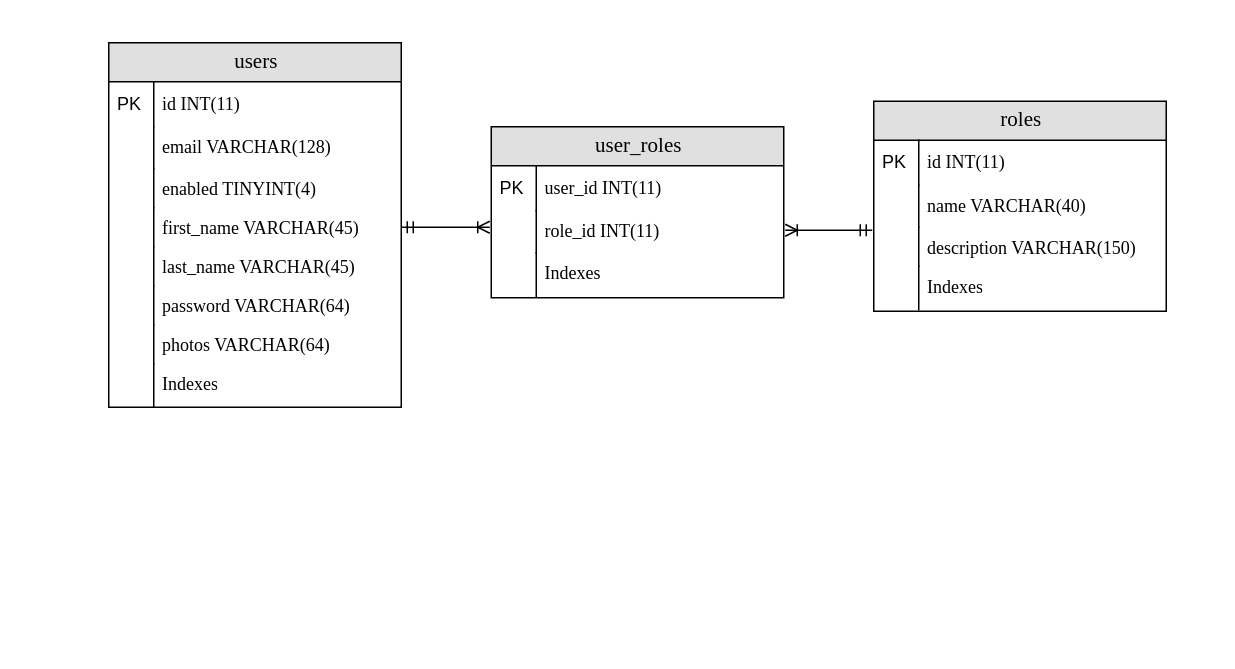
Above: page "Admin-ER-01" (2 of 2) of 03-Solution Design/03-User Interface/ER Diagram.drawio in Chufeng-Jiang/Java_SpringBoot_DubaiShop_E-Commerce (draw.io), before the change. Source tidied: cells renumbered, new cells numbered last; positions are measured from the earlier drawing's top-left corner, leaving out a move shared by most shapes. Both pictures are drawn from the tidied source at 150%, with x=0, y=0 at pixel (108, 42).
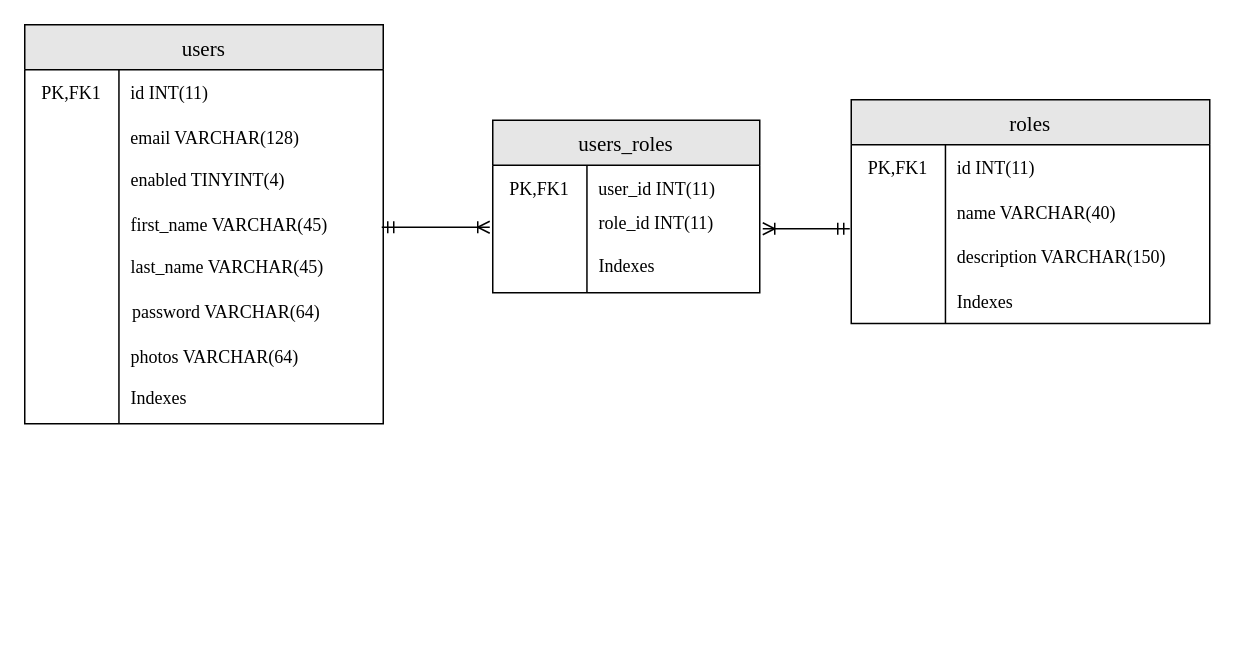
Above is the later version.

Commit message (it also covers changes not shown here):
Add Class diagram Admin User module

Diff of the diagram source:
```diff
@@
-    <mxCell id="2" value="users" style="swimlane;html=1;fontStyle=0;horizontal=1;startSize=26;fillColor=#e0e0e0;swimlaneFillColor=#ffffff;align=center;rounded=0;shadow=0;comic=0;labelBackgroundColor=none;strokeWidth=1;fontFamily=Times New Roman;fontSize=14;" parent="1" vertex="1">
-      <mxGeometry width="195" height="243" as="geometry" />
-    </mxCell>
-    <mxCell id="3" value="id INT(11) " style="shape=partialRectangle;top=0;left=0;right=0;bottom=1;html=1;align=left;verticalAlign=middle;fillColor=none;spacingLeft=34;spacingRight=4;overflow=hidden;fontStyle=0;whiteSpace=wrap;strokeColor=none;fontFamily=Times New Roman;" parent="2" vertex="1">
-      <mxGeometry y="26" width="195" height="30" as="geometry" />
-    </mxCell>
-    <mxCell id="4" value="PK" style="shape=partialRectangle;top=0;left=0;bottom=0;html=1;fillColor=none;align=left;verticalAlign=middle;spacingLeft=4;spacingRight=4;whiteSpace=wrap;overflow=hidden;" parent="3" vertex="1">
-      <mxGeometry width="30" height="30" as="geometry" />
-    </mxCell>
-    <mxCell id="5" value="email VARCHAR(128)" style="shape=partialRectangle;top=0;left=0;right=0;bottom=0;html=1;align=left;verticalAlign=top;fillColor=none;spacingLeft=34;spacingRight=4;whiteSpace=wrap;overflow=hidden;fontFamily=Times New Roman;" parent="2" vertex="1">
-      <mxGeometry y="56" width="195" height="28" as="geometry" />
-    </mxCell>
-    <mxCell id="6" style="shape=partialRectangle;top=0;left=0;bottom=0;html=1;fillColor=none;align=left;verticalAlign=top;spacingLeft=4;spacingRight=4;whiteSpace=wrap;overflow=hidden;" parent="5" vertex="1">
-      <mxGeometry width="30" height="28" as="geometry" />
-    </mxCell>
-    <mxCell id="7" value="enabled TINYINT(4)" style="shape=partialRectangle;top=0;left=0;right=0;bottom=0;html=1;align=left;verticalAlign=top;fillColor=none;spacingLeft=34;spacingRight=4;whiteSpace=wrap;overflow=hidden;fontFamily=Times New Roman;" parent="2" vertex="1">
-      <mxGeometry y="84" width="195" height="26" as="geometry" />
-    </mxCell>
-    <mxCell id="8" style="shape=partialRectangle;top=0;left=0;bottom=0;html=1;fillColor=none;align=left;verticalAlign=top;spacingLeft=4;spacingRight=4;whiteSpace=wrap;overflow=hidden;" parent="7" vertex="1">
-      <mxGeometry width="30" height="26" as="geometry" />
-    </mxCell>
-    <mxCell id="9" value="first_name VARCHAR(45)" style="shape=partialRectangle;top=0;left=0;right=0;bottom=0;html=1;align=left;verticalAlign=top;fillColor=none;spacingLeft=34;spacingRight=4;whiteSpace=wrap;overflow=hidden;points=[[0,0.5],[1,0.5]];portConstraint=eastwest;fontFamily=Times New Roman;" parent="2" vertex="1">
-      <mxGeometry y="110" width="195" height="26" as="geometry" />
-    </mxCell>
-    <mxCell id="10" style="shape=partialRectangle;top=0;left=0;bottom=0;html=1;fillColor=none;align=left;verticalAlign=top;spacingLeft=4;spacingRight=4;whiteSpace=wrap;overflow=hidden;" parent="9" vertex="1">
-      <mxGeometry width="30" height="26" as="geometry" />
-    </mxCell>
-    <mxCell id="11" value="last_name VARCHAR(45)" style="shape=partialRectangle;top=0;left=0;right=0;bottom=0;html=1;align=left;verticalAlign=top;fillColor=none;spacingLeft=34;spacingRight=4;whiteSpace=wrap;overflow=hidden;fontFamily=Times New Roman;" parent="2" vertex="1">
-      <mxGeometry y="136" width="195" height="26" as="geometry" />
-    </mxCell>
-    <mxCell id="12" style="shape=partialRectangle;top=0;left=0;bottom=0;html=1;fillColor=none;align=left;verticalAlign=top;spacingLeft=4;spacingRight=4;whiteSpace=wrap;overflow=hidden;" parent="11" vertex="1">
-      <mxGeometry width="30" height="26" as="geometry" />
-    </mxCell>
-    <mxCell id="13" value="password VARCHAR(64)" style="shape=partialRectangle;top=0;left=0;right=0;bottom=0;html=1;align=left;verticalAlign=top;fillColor=none;spacingLeft=34;spacingRight=4;whiteSpace=wrap;overflow=hidden;fontFamily=Times New Roman;" parent="2" vertex="1">
-      <mxGeometry y="162" width="195" height="26" as="geometry" />
-    </mxCell>
-    <mxCell id="14" style="shape=partialRectangle;top=0;left=0;bottom=0;html=1;fillColor=none;align=left;verticalAlign=top;spacingLeft=4;spacingRight=4;whiteSpace=wrap;overflow=hidden;" parent="13" vertex="1">
-      <mxGeometry width="30" height="26" as="geometry" />
-    </mxCell>
-    <mxCell id="15" value="photos VARCHAR(64)" style="shape=partialRectangle;top=0;left=0;right=0;bottom=0;html=1;align=left;verticalAlign=top;fillColor=none;spacingLeft=34;spacingRight=4;whiteSpace=wrap;overflow=hidden;fontFamily=Times New Roman;" parent="2" vertex="1">
-      <mxGeometry y="188" width="195" height="26" as="geometry" />
-    </mxCell>
-    <mxCell id="16" style="shape=partialRectangle;top=0;left=0;bottom=0;html=1;fillColor=none;align=left;verticalAlign=top;spacingLeft=4;spacingRight=4;whiteSpace=wrap;overflow=hidden;" parent="15" vertex="1">
-      <mxGeometry width="30" height="26" as="geometry" />
-    </mxCell>
-    <mxCell id="17" value="Indexes" style="shape=partialRectangle;top=0;left=0;right=0;bottom=0;html=1;align=left;verticalAlign=top;fillColor=none;spacingLeft=34;spacingRight=4;whiteSpace=wrap;overflow=hidden;fontFamily=Times New Roman;labelBackgroundColor=none;" parent="2" vertex="1">
-      <mxGeometry y="214" width="195" height="29" as="geometry" />
-    </mxCell>
-    <mxCell id="18" style="shape=partialRectangle;top=0;left=0;bottom=0;html=1;fillColor=none;align=left;verticalAlign=top;spacingLeft=4;spacingRight=4;whiteSpace=wrap;overflow=hidden;" parent="17" vertex="1">
-      <mxGeometry width="30" height="29" as="geometry" />
-    </mxCell>
-    <mxCell id="19" value="user_roles" style="swimlane;html=1;fontStyle=0;horizontal=1;startSize=26;fillColor=#e0e0e0;swimlaneFillColor=#ffffff;align=center;rounded=0;shadow=0;comic=0;labelBackgroundColor=none;strokeWidth=1;fontFamily=Times New Roman;fontSize=14;" parent="1" vertex="1">
-      <mxGeometry x="255" y="56" width="195" height="114" as="geometry" />
-    </mxCell>
-    <mxCell id="20" value="user_id INT(11) " style="shape=partialRectangle;top=0;left=0;right=0;bottom=1;html=1;align=left;verticalAlign=middle;fillColor=none;spacingLeft=34;spacingRight=4;overflow=hidden;fontStyle=0;whiteSpace=wrap;strokeColor=none;fontFamily=Times New Roman;" parent="19" vertex="1">
-      <mxGeometry y="26" width="195" height="30" as="geometry" />
-    </mxCell>
-    <mxCell id="21" value="PK" style="shape=partialRectangle;top=0;left=0;bottom=0;html=1;fillColor=none;align=left;verticalAlign=middle;spacingLeft=4;spacingRight=4;whiteSpace=wrap;overflow=hidden;" parent="20" vertex="1">
-      <mxGeometry width="30" height="30" as="geometry" />
-    </mxCell>
-    <mxCell id="22" value="role_id INT(11) " style="shape=partialRectangle;top=0;left=0;right=0;bottom=0;html=1;align=left;verticalAlign=top;fillColor=none;spacingLeft=34;spacingRight=4;whiteSpace=wrap;overflow=hidden;fontFamily=Times New Roman;" parent="19" vertex="1">
-      <mxGeometry y="56" width="195" height="28" as="geometry" />
-    </mxCell>
-    <mxCell id="23" style="shape=partialRectangle;top=0;left=0;bottom=0;html=1;fillColor=none;align=left;verticalAlign=top;spacingLeft=4;spacingRight=4;whiteSpace=wrap;overflow=hidden;" parent="22" vertex="1">
-      <mxGeometry width="30" height="28" as="geometry" />
-    </mxCell>
-    <mxCell id="24" value="Indexes" style="shape=partialRectangle;top=0;left=0;right=0;bottom=0;html=1;align=left;verticalAlign=top;fillColor=none;spacingLeft=34;spacingRight=4;whiteSpace=wrap;overflow=hidden;fontFamily=Times New Roman;labelBackgroundColor=none;" parent="19" vertex="1">
-      <mxGeometry y="84" width="195" height="29" as="geometry" />
-    </mxCell>
-    <mxCell id="25" style="shape=partialRectangle;top=0;left=0;bottom=0;html=1;fillColor=none;align=left;verticalAlign=top;spacingLeft=4;spacingRight=4;whiteSpace=wrap;overflow=hidden;" parent="24" vertex="1">
-      <mxGeometry width="30" height="29" as="geometry" />
-    </mxCell>
-    <mxCell id="26" value="roles" style="swimlane;html=1;fontStyle=0;horizontal=1;startSize=26;fillColor=#e0e0e0;swimlaneFillColor=#ffffff;align=center;rounded=0;shadow=0;comic=0;labelBackgroundColor=none;strokeWidth=1;fontFamily=Times New Roman;fontSize=14;" parent="1" vertex="1">
-      <mxGeometry x="510" y="39" width="195" height="140" as="geometry" />
-    </mxCell>
-    <mxCell id="27" value="id INT(11) " style="shape=partialRectangle;top=0;left=0;right=0;bottom=1;html=1;align=left;verticalAlign=middle;fillColor=none;spacingLeft=34;spacingRight=4;overflow=hidden;fontStyle=0;whiteSpace=wrap;strokeColor=none;fontFamily=Times New Roman;" parent="26" vertex="1">
-      <mxGeometry y="26" width="195" height="30" as="geometry" />
-    </mxCell>
-    <mxCell id="28" value="PK" style="shape=partialRectangle;top=0;left=0;bottom=0;html=1;fillColor=none;align=left;verticalAlign=middle;spacingLeft=4;spacingRight=4;whiteSpace=wrap;overflow=hidden;" parent="27" vertex="1">
-      <mxGeometry width="30" height="30" as="geometry" />
-    </mxCell>
-    <mxCell id="29" value="name VARCHAR(40)" style="shape=partialRectangle;top=0;left=0;right=0;bottom=0;html=1;align=left;verticalAlign=top;fillColor=none;spacingLeft=34;spacingRight=4;whiteSpace=wrap;overflow=hidden;fontFamily=Times New Roman;" parent="26" vertex="1">
-      <mxGeometry y="56" width="195" height="28" as="geometry" />
-    </mxCell>
-    <mxCell id="30" style="shape=partialRectangle;top=0;left=0;bottom=0;html=1;fillColor=none;align=left;verticalAlign=top;spacingLeft=4;spacingRight=4;whiteSpace=wrap;overflow=hidden;" parent="29" vertex="1">
-      <mxGeometry width="30" height="28" as="geometry" />
-    </mxCell>
-    <mxCell id="31" value="description VARCHAR(150)" style="shape=partialRectangle;top=0;left=0;right=0;bottom=0;html=1;align=left;verticalAlign=top;fillColor=none;spacingLeft=34;spacingRight=4;whiteSpace=wrap;overflow=hidden;fontFamily=Times New Roman;" parent="26" vertex="1">
-      <mxGeometry y="84" width="195" height="26" as="geometry" />
-    </mxCell>
-    <mxCell id="32" style="shape=partialRectangle;top=0;left=0;bottom=0;html=1;fillColor=none;align=left;verticalAlign=top;spacingLeft=4;spacingRight=4;whiteSpace=wrap;overflow=hidden;" parent="31" vertex="1">
-      <mxGeometry width="30" height="26" as="geometry" />
-    </mxCell>
-    <mxCell id="33" value="Indexes" style="shape=partialRectangle;top=0;left=0;right=0;bottom=0;html=1;align=left;verticalAlign=top;fillColor=none;spacingLeft=34;spacingRight=4;whiteSpace=wrap;overflow=hidden;fontFamily=Times New Roman;labelBackgroundColor=none;" parent="26" vertex="1">
-      <mxGeometry y="110" width="195" height="29" as="geometry" />
-    </mxCell>
-    <mxCell id="34" style="shape=partialRectangle;top=0;left=0;bottom=0;html=1;fillColor=none;align=left;verticalAlign=top;spacingLeft=4;spacingRight=4;whiteSpace=wrap;overflow=hidden;" parent="33" vertex="1">
-      <mxGeometry width="30" height="29" as="geometry" />
-    </mxCell>
-    <mxCell id="35" style="edgeStyle=orthogonalEdgeStyle;html=1;endArrow=ERoneToMany;startArrow=ERmandOne;labelBackgroundColor=none;fontFamily=Verdana;fontSize=14;exitX=1;exitY=0.5;exitDx=0;exitDy=0;" parent="1" edge="1" source="9">
+    <mxCell id="35" style="edgeStyle=orthogonalEdgeStyle;html=1;endArrow=ERoneToMany;startArrow=ERmandOne;labelBackgroundColor=none;fontFamily=Verdana;fontSize=14;" parent="1" edge="1">
       <mxGeometry relative="1" as="geometry">
+        <mxPoint x="182" y="123" as="sourcePoint" />
         <mxPoint x="254" y="123" as="targetPoint" />
-        <Array as="points">
-          <mxPoint x="240" y="123" />
-          <mxPoint x="240" y="123" />
-        </Array>
       </mxGeometry>
     </mxCell>
     <mxCell id="36" style="edgeStyle=orthogonalEdgeStyle;html=1;endArrow=ERoneToMany;startArrow=ERmandOne;labelBackgroundColor=none;fontFamily=Verdana;fontSize=14;" parent="1" edge="1">
       <mxGeometry relative="1" as="geometry">
-        <mxPoint x="509" y="125" as="sourcePoint" />
-        <mxPoint x="451" y="125" as="targetPoint" />
+        <mxPoint x="494" y="124" as="sourcePoint" />
+        <mxPoint x="436" y="124" as="targetPoint" />
         <Array as="points">
-          <mxPoint x="459" y="125" />
-          <mxPoint x="459" y="125" />
+          <mxPoint x="444" y="124" />
+          <mxPoint x="444" y="124" />
         </Array>
       </mxGeometry>
     </mxCell>
+    <mxCell id="37" style="shape=tableRow;horizontal=0;startSize=0;swimlaneHead=0;swimlaneBody=0;fillColor=none;top=0;left=0;right=0;bottom=0;labelBackgroundColor=none;fontFamily=Times New Roman;" parent="1" vertex="1">
+      <mxGeometry x="5" y="368" width="239" height="30" as="geometry" />
+    </mxCell>
+    <mxCell id="38" style="shape=partialRectangle;fillColor=none;top=0;left=0;bottom=0;right=0;overflow=hidden;labelBackgroundColor=none;fontFamily=Times New Roman;" parent="37" vertex="1">
+      <mxGeometry x="-2" y="3" width="60" height="30" as="geometry" />
+    </mxCell>
+    <mxCell id="39" style="group;" parent="1" vertex="1">
+      <mxGeometry x="-56" y="-12" width="242" height="266" as="geometry" />
+    </mxCell>
+    <mxCell id="9" value="first_name VARCHAR(45)" style="shape=partialRectangle;fillColor=none;top=0;left=0;bottom=0;right=0;align=left;spacingLeft=6;overflow=hidden;labelBackgroundColor=none;fontFamily=Times New Roman;" parent="39" vertex="1">
+      <mxGeometry x="63" y="118" width="176" height="30" as="geometry" />
+    </mxCell>
+    <mxCell id="11" value="last_name VARCHAR(45)" style="shape=partialRectangle;fillColor=none;top=0;left=0;bottom=0;right=0;align=left;spacingLeft=6;overflow=hidden;labelBackgroundColor=none;fontFamily=Times New Roman;" parent="39" vertex="1">
+      <mxGeometry x="63" y="146" width="179" height="30" as="geometry" />
+    </mxCell>
+    <mxCell id="13" value="password VARCHAR(64)" style="shape=partialRectangle;fillColor=none;top=0;left=0;bottom=0;right=0;align=left;spacingLeft=6;overflow=hidden;labelBackgroundColor=none;fontFamily=Times New Roman;" parent="39" vertex="1">
+      <mxGeometry x="64" y="176" width="175" height="30" as="geometry" />
+    </mxCell>
+    <mxCell id="15" value="photos VARCHAR(64)" style="shape=partialRectangle;fillColor=none;top=0;left=0;bottom=0;right=0;align=left;spacingLeft=6;overflow=hidden;labelBackgroundColor=none;fontFamily=Times New Roman;" parent="39" vertex="1">
+      <mxGeometry x="63" y="206" width="175" height="30" as="geometry" />
+    </mxCell>
+    <mxCell id="40" value="Indexes" style="shape=partialRectangle;fillColor=none;top=0;left=0;bottom=0;right=0;align=left;spacingLeft=6;overflow=hidden;labelBackgroundColor=none;fontFamily=Times New Roman;" parent="39" vertex="1">
+      <mxGeometry x="63" y="233" width="175" height="30" as="geometry" />
+    </mxCell>
+    <mxCell id="41" style="group;" parent="39" vertex="1">
+      <mxGeometry width="239" height="266" as="geometry" />
+    </mxCell>
+    <mxCell id="2" value="users" style="shape=table;startSize=30;childLayout=tableLayout;rowLines=0;fontStyle=0;align=center;labelBackgroundColor=none;fontFamily=Times New Roman;fontSize=14;fillColor=#E6E6E6;" parent="41" vertex="1">
+      <mxGeometry width="239" height="266" as="geometry" />
+    </mxCell>
+    <mxCell id="42" style="shape=tableRow;horizontal=0;startSize=0;swimlaneHead=0;swimlaneBody=0;fillColor=none;top=0;left=0;right=0;bottom=0;labelBackgroundColor=none;fontFamily=Times New Roman;" parent="2" vertex="1">
+      <mxGeometry y="30" width="239" height="30" as="geometry" />
+    </mxCell>
+    <mxCell id="43" value="PK,FK1" style="shape=partialRectangle;fillColor=none;top=0;left=0;bottom=0;right=0;fontStyle=0;overflow=hidden;labelBackgroundColor=none;fontFamily=Times New Roman;" parent="42" vertex="1">
+      <mxGeometry width="62.8" height="30" as="geometry" />
+    </mxCell>
+    <mxCell id="44" value="id INT(11) " style="shape=partialRectangle;fillColor=none;top=0;left=0;bottom=0;right=0;align=left;spacingLeft=6;fontStyle=0;overflow=hidden;labelBackgroundColor=none;fontFamily=Times New Roman;" parent="42" vertex="1">
+      <mxGeometry x="62.8" width="176.2" height="30" as="geometry" />
+    </mxCell>
+    <mxCell id="45" style="shape=tableRow;horizontal=0;startSize=0;swimlaneHead=0;swimlaneBody=0;fillColor=none;top=0;left=0;right=0;bottom=0;labelBackgroundColor=none;fontFamily=Times New Roman;" parent="2" vertex="1">
+      <mxGeometry y="60" width="239" height="30" as="geometry" />
+    </mxCell>
+    <mxCell id="46" style="shape=partialRectangle;fillColor=none;top=0;left=0;bottom=0;right=0;overflow=hidden;labelBackgroundColor=none;fontFamily=Times New Roman;" parent="45" vertex="1">
+      <mxGeometry width="62.8" height="30" as="geometry" />
+    </mxCell>
+    <mxCell id="5" value="email VARCHAR(128)" style="shape=partialRectangle;fillColor=none;top=0;left=0;bottom=0;right=0;align=left;spacingLeft=6;overflow=hidden;labelBackgroundColor=none;fontFamily=Times New Roman;" parent="45" vertex="1">
+      <mxGeometry x="62.8" width="176.2" height="30" as="geometry" />
+    </mxCell>
+    <mxCell id="47" style="shape=tableRow;horizontal=0;startSize=0;swimlaneHead=0;swimlaneBody=0;fillColor=none;top=0;left=0;right=0;bottom=0;labelBackgroundColor=none;fontFamily=Times New Roman;" parent="2" vertex="1">
+      <mxGeometry y="90" width="239" height="176" as="geometry" />
+    </mxCell>
+    <mxCell id="48" style="shape=partialRectangle;fillColor=none;top=0;left=0;bottom=0;right=0;overflow=hidden;labelBackgroundColor=none;fontFamily=Times New Roman;" parent="47" vertex="1">
+      <mxGeometry width="62.8" height="176" as="geometry" />
+    </mxCell>
+    <mxCell id="49" style="shape=partialRectangle;fillColor=none;top=0;left=0;bottom=0;right=0;align=left;spacingLeft=6;overflow=hidden;labelBackgroundColor=none;fontFamily=Times New Roman;" parent="47" vertex="1">
+      <mxGeometry x="62.8" width="176.2" height="176" as="geometry" />
+    </mxCell>
+    <mxCell id="7" value="enabled TINYINT(4)" style="shape=partialRectangle;fillColor=none;top=0;left=0;bottom=0;right=0;align=left;spacingLeft=6;overflow=hidden;labelBackgroundColor=none;fontFamily=Times New Roman;" parent="41" vertex="1">
+      <mxGeometry x="63" y="88" width="175" height="30" as="geometry" />
+    </mxCell>
+    <mxCell id="50" style="group;" parent="1" vertex="1">
+      <mxGeometry x="256" y="51.7" width="178" height="114.7" as="geometry" />
+    </mxCell>
+    <mxCell id="51" value="users_roles" style="shape=table;startSize=30;childLayout=tableLayout;rowLines=0;fontStyle=0;align=center;labelBackgroundColor=none;fontFamily=Times New Roman;fontSize=14;fillColor=#E6E6E6;" parent="50" vertex="1">
+      <mxGeometry width="178" height="115" as="geometry" />
+    </mxCell>
+    <mxCell id="52" style="shape=tableRow;horizontal=0;startSize=0;swimlaneHead=0;swimlaneBody=0;fillColor=none;top=0;left=0;right=0;bottom=0;labelBackgroundColor=none;fontFamily=Times New Roman;" parent="51" vertex="1">
+      <mxGeometry y="30" width="178" height="30" as="geometry" />
+    </mxCell>
+    <mxCell id="53" value="PK,FK1" style="shape=partialRectangle;fillColor=none;top=0;left=0;bottom=0;right=0;fontStyle=0;overflow=hidden;labelBackgroundColor=none;fontFamily=Times New Roman;" parent="52" vertex="1">
+      <mxGeometry width="62.8" height="30" as="geometry" />
+    </mxCell>
+    <mxCell id="20" value="user_id INT(11) " style="shape=partialRectangle;fillColor=none;top=0;left=0;bottom=0;right=0;align=left;spacingLeft=6;fontStyle=0;overflow=hidden;labelBackgroundColor=none;fontFamily=Times New Roman;" parent="52" vertex="1">
+      <mxGeometry x="62.8" width="115.2" height="30" as="geometry" />
+    </mxCell>
+    <mxCell id="54" style="shape=tableRow;horizontal=0;startSize=0;swimlaneHead=0;swimlaneBody=0;fillColor=none;top=0;left=0;right=0;bottom=0;labelBackgroundColor=none;fontFamily=Times New Roman;" parent="51" vertex="1">
+      <mxGeometry y="60" width="178" height="55" as="geometry" />
+    </mxCell>
+    <mxCell id="55" style="shape=partialRectangle;fillColor=none;top=0;left=0;bottom=0;right=0;overflow=hidden;labelBackgroundColor=none;fontFamily=Times New Roman;" parent="54" vertex="1">
+      <mxGeometry width="62.8" height="55" as="geometry" />
+    </mxCell>
+    <mxCell id="56" style="shape=partialRectangle;fillColor=none;top=0;left=0;bottom=0;right=0;align=left;spacingLeft=6;overflow=hidden;labelBackgroundColor=none;fontFamily=Times New Roman;" parent="54" vertex="1">
+      <mxGeometry x="62.8" width="115.2" height="55" as="geometry" />
+    </mxCell>
+    <mxCell id="22" value="role_id INT(11) " style="shape=partialRectangle;fillColor=none;top=0;left=0;bottom=0;right=0;align=left;spacingLeft=6;fontStyle=0;overflow=hidden;labelBackgroundColor=none;fontFamily=Times New Roman;" parent="50" vertex="1">
+      <mxGeometry x="63" y="53" width="131.3" height="30" as="geometry" />
+    </mxCell>
+    <mxCell id="57" value="Indexes" style="shape=partialRectangle;fillColor=none;top=0;left=0;bottom=0;right=0;align=left;spacingLeft=6;fontStyle=0;overflow=hidden;labelBackgroundColor=none;fontFamily=Times New Roman;" parent="50" vertex="1">
+      <mxGeometry x="63" y="81.4" width="131.3" height="30" as="geometry" />
+    </mxCell>
+    <mxCell id="58" style="group;" parent="1" vertex="1">
+      <mxGeometry x="495" y="38" width="239" height="149.2" as="geometry" />
+    </mxCell>
+    <mxCell id="26" value="roles" style="shape=table;startSize=30;childLayout=tableLayout;rowLines=0;fontStyle=0;align=center;labelBackgroundColor=none;fontFamily=Times New Roman;fontSize=14;fillColor=#E6E6E6;" parent="58" vertex="1">
+      <mxGeometry width="239" height="149.2" as="geometry" />
+    </mxCell>
+    <mxCell id="59" style="shape=tableRow;horizontal=0;startSize=0;swimlaneHead=0;swimlaneBody=0;fillColor=none;top=0;left=0;right=0;bottom=0;labelBackgroundColor=none;fontFamily=Times New Roman;" parent="26" vertex="1">
+      <mxGeometry y="30" width="239" height="30" as="geometry" />
+    </mxCell>
+    <mxCell id="60" value="PK,FK1" style="shape=partialRectangle;fillColor=none;top=0;left=0;bottom=0;right=0;fontStyle=0;overflow=hidden;labelBackgroundColor=none;fontFamily=Times New Roman;" parent="59" vertex="1">
+      <mxGeometry width="62.8" height="30" as="geometry" />
+    </mxCell>
+    <mxCell id="61" value="id INT(11) " style="shape=partialRectangle;fillColor=none;top=0;left=0;bottom=0;right=0;align=left;spacingLeft=6;fontStyle=0;overflow=hidden;labelBackgroundColor=none;fontFamily=Times New Roman;" parent="59" vertex="1">
+      <mxGeometry x="62.8" width="176.2" height="30" as="geometry" />
+    </mxCell>
+    <mxCell id="62" style="shape=tableRow;horizontal=0;startSize=0;swimlaneHead=0;swimlaneBody=0;fillColor=none;top=0;left=0;right=0;bottom=0;labelBackgroundColor=none;fontFamily=Times New Roman;" parent="26" vertex="1">
+      <mxGeometry y="60" width="239" height="89" as="geometry" />
+    </mxCell>
+    <mxCell id="63" style="shape=partialRectangle;fillColor=none;top=0;left=0;bottom=0;right=0;overflow=hidden;labelBackgroundColor=none;fontFamily=Times New Roman;" parent="62" vertex="1">
+      <mxGeometry width="62.8" height="89" as="geometry" />
+    </mxCell>
+    <mxCell id="64" style="shape=partialRectangle;fillColor=none;top=0;left=0;bottom=0;right=0;align=left;spacingLeft=6;overflow=hidden;labelBackgroundColor=none;fontFamily=Times New Roman;" parent="62" vertex="1">
+      <mxGeometry x="62.8" width="176.2" height="89" as="geometry" />
+    </mxCell>
+    <mxCell id="29" value="name VARCHAR(40)" style="shape=partialRectangle;fillColor=none;top=0;left=0;bottom=0;right=0;align=left;spacingLeft=6;fontStyle=0;overflow=hidden;labelBackgroundColor=none;fontFamily=Times New Roman;" parent="58" vertex="1">
+      <mxGeometry x="62.8" y="60" width="176.2" height="30" as="geometry" />
+    </mxCell>
+    <mxCell id="31" value="description VARCHAR(150)" style="shape=partialRectangle;fillColor=none;top=0;left=0;bottom=0;right=0;align=left;spacingLeft=6;fontStyle=0;overflow=hidden;labelBackgroundColor=none;fontFamily=Times New Roman;" parent="58" vertex="1">
+      <mxGeometry x="62.8" y="89" width="176.2" height="30" as="geometry" />
+    </mxCell>
+    <mxCell id="65" value="Indexes" style="shape=partialRectangle;fillColor=none;top=0;left=0;bottom=0;right=0;align=left;spacingLeft=6;fontStyle=0;overflow=hidden;labelBackgroundColor=none;fontFamily=Times New Roman;" parent="58" vertex="1">
+      <mxGeometry x="62.8" y="119" width="176.2" height="30" as="geometry" />
+    </mxCell>
```
